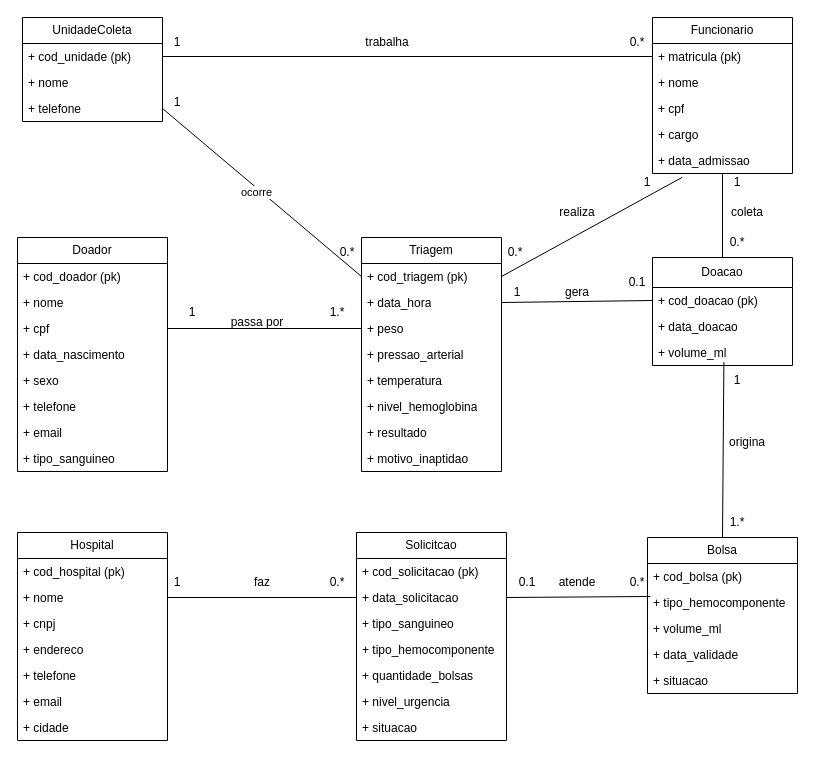
gabriel-victurino/a3_bd keeps this draw.io diagram as docs/diagrama_uml.drawio. Above is the earlier version. Source tidied: cells renumbered, new cells numbered last; positions are measured from the earlier drawing's top-left corner, leaving out a move shared by most shapes. Both pictures are drawn from the tidied source at 100%, with x=0, y=0 at pixel (17, 17).
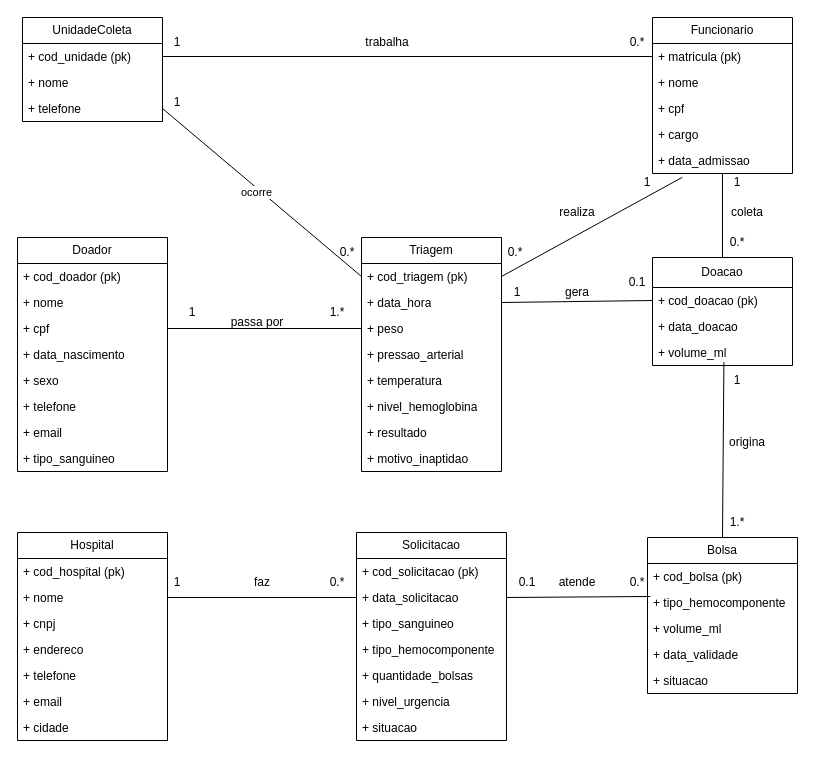
The same diagram, later.

Commit message (it also covers changes not shown here):
fix: correcao diagrama uml

What changed in the source:
```diff
@@
-    <mxCell id="31" value="Solicitcao" style="swimlane;fontStyle=0;horizontal=1;startSize=26;fillColor=none;whiteSpace=wrap;html=1;" parent="1" vertex="1">
+    <mxCell id="31" value="Solicitacao" style="swimlane;fontStyle=0;horizontal=1;startSize=26;fillColor=none;whiteSpace=wrap;html=1;" parent="1" vertex="1">
       <mxGeometry x="339" y="515" width="150" height="208" as="geometry" />
     </mxCell>
```
